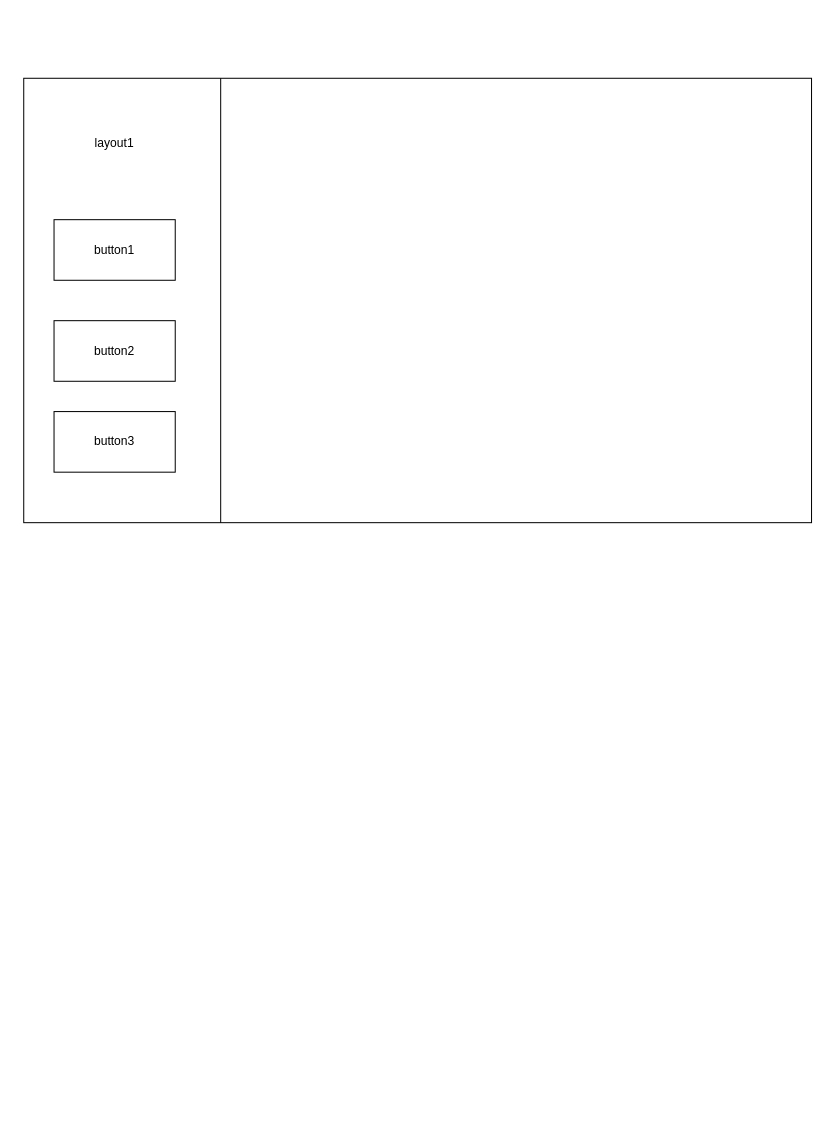
Earlier version of the draw.io diagram Untitled Diagram.drawio (hibiken/asynq). Source tidied: cells renumbered, new cells numbered last; positions are measured from the earlier drawing's top-left corner, leaving out a move shared by most shapes. Both pictures are drawn from the tidied source at 101%, with x=0, y=0 at pixel (23, 78).
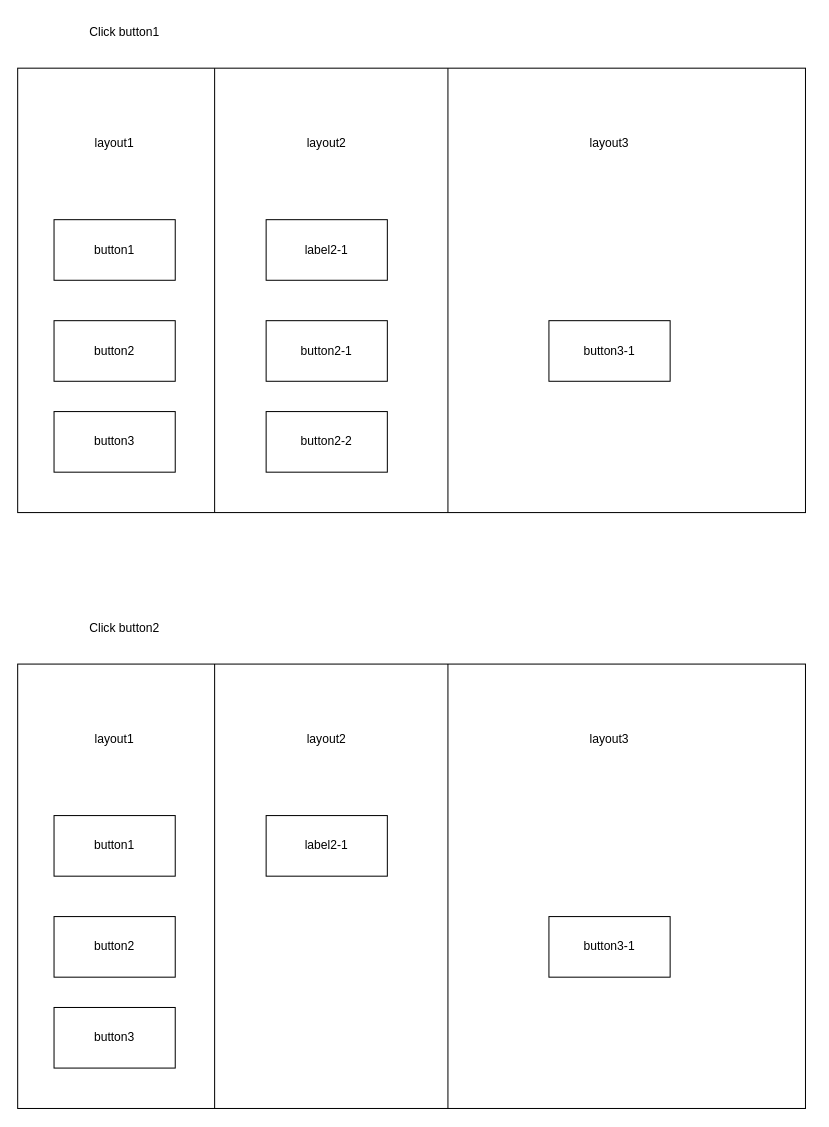
The same page after the edit.

Diff of the diagram source:
```diff
@@
     <mxCell id="2" style="rounded=0;whiteSpace=wrap;html=1;flipH=1;flipV=1;" parent="1" vertex="1">
-      <mxGeometry width="780" height="440" as="geometry" />
+      <mxGeometry x="-6" y="-10" width="780" height="440" as="geometry" />
     </mxCell>
@@
+    <mxCell id="8" style="endArrow=none;html=1;rounded=0;entryX=0.25;entryY=0;entryDx=0;entryDy=0;exitX=0.25;exitY=1;exitDx=0;exitDy=0;" parent="1" edge="1">
+      <mxGeometry relative="1" as="geometry">
+        <mxPoint x="420" y="430" as="sourcePoint" />
+        <mxPoint x="420" y="-10" as="targetPoint" />
+      </mxGeometry>
+    </mxCell>
+    <mxCell id="9" value="button2-1" style="rounded=0;whiteSpace=wrap;html=1;" parent="1" vertex="1">
+      <mxGeometry x="240" y="240" width="120" height="60" as="geometry" />
+    </mxCell>
+    <mxCell id="10" value="button2-2" style="rounded=0;whiteSpace=wrap;html=1;" parent="1" vertex="1">
+      <mxGeometry x="240" y="330" width="120" height="60" as="geometry" />
+    </mxCell>
+    <mxCell id="11" value="label2-1" style="rounded=0;whiteSpace=wrap;html=1;" parent="1" vertex="1">
+      <mxGeometry x="240" y="140" width="120" height="60" as="geometry" />
+    </mxCell>
+    <mxCell id="12" value="layout2" style="text;html=1;align=center;verticalAlign=middle;whiteSpace=wrap;rounded=0;" parent="1" vertex="1">
+      <mxGeometry x="270" y="50" width="60" height="30" as="geometry" />
+    </mxCell>
+    <mxCell id="13" value="button3-1" style="rounded=0;whiteSpace=wrap;html=1;" parent="1" vertex="1">
+      <mxGeometry x="520" y="240" width="120" height="60" as="geometry" />
+    </mxCell>
+    <mxCell id="14" value="layout3" style="text;html=1;align=center;verticalAlign=middle;whiteSpace=wrap;rounded=0;" parent="1" vertex="1">
+      <mxGeometry x="550" y="50" width="60" height="30" as="geometry" />
+    </mxCell>
+    <mxCell id="15" value="Click button1" style="text;html=1;align=center;verticalAlign=middle;whiteSpace=wrap;rounded=0;" parent="1" vertex="1">
+      <mxGeometry x="20" y="-60" width="160" height="30" as="geometry" />
+    </mxCell>
+    <mxCell id="16" style="rounded=0;whiteSpace=wrap;html=1;flipH=1;flipV=1;" parent="1" vertex="1">
+      <mxGeometry x="-6" y="580" width="780" height="440" as="geometry" />
+    </mxCell>
+    <mxCell id="17" style="endArrow=none;html=1;rounded=0;entryX=0.25;entryY=0;entryDx=0;entryDy=0;exitX=0.25;exitY=1;exitDx=0;exitDy=0;" parent="1" edge="1" source="16" target="16">
+      <mxGeometry relative="1" as="geometry" />
+    </mxCell>
+    <mxCell id="18" value="button1" style="rounded=0;whiteSpace=wrap;html=1;" parent="1" vertex="1">
+      <mxGeometry x="30" y="730" width="120" height="60" as="geometry" />
+    </mxCell>
+    <mxCell id="19" value="button2" style="rounded=0;whiteSpace=wrap;html=1;" parent="1" vertex="1">
+      <mxGeometry x="30" y="830" width="120" height="60" as="geometry" />
+    </mxCell>
+    <mxCell id="20" value="button3" style="rounded=0;whiteSpace=wrap;html=1;" parent="1" vertex="1">
+      <mxGeometry x="30" y="920" width="120" height="60" as="geometry" />
+    </mxCell>
+    <mxCell id="21" value="layout1" style="text;html=1;align=center;verticalAlign=middle;whiteSpace=wrap;rounded=0;" parent="1" vertex="1">
+      <mxGeometry x="60" y="640" width="60" height="30" as="geometry" />
+    </mxCell>
+    <mxCell id="22" style="endArrow=none;html=1;rounded=0;entryX=0.25;entryY=0;entryDx=0;entryDy=0;exitX=0.25;exitY=1;exitDx=0;exitDy=0;" parent="1" edge="1">
+      <mxGeometry relative="1" as="geometry">
+        <mxPoint x="420" y="1020" as="sourcePoint" />
+        <mxPoint x="420" y="580" as="targetPoint" />
+      </mxGeometry>
+    </mxCell>
+    <mxCell id="23" value="label2-1" style="rounded=0;whiteSpace=wrap;html=1;" parent="1" vertex="1">
+      <mxGeometry x="240" y="730" width="120" height="60" as="geometry" />
+    </mxCell>
+    <mxCell id="24" value="layout2" style="text;html=1;align=center;verticalAlign=middle;whiteSpace=wrap;rounded=0;" parent="1" vertex="1">
+      <mxGeometry x="270" y="640" width="60" height="30" as="geometry" />
+    </mxCell>
+    <mxCell id="25" value="button3-1" style="rounded=0;whiteSpace=wrap;html=1;" parent="1" vertex="1">
+      <mxGeometry x="520" y="830" width="120" height="60" as="geometry" />
+    </mxCell>
+    <mxCell id="26" value="layout3" style="text;html=1;align=center;verticalAlign=middle;whiteSpace=wrap;rounded=0;" parent="1" vertex="1">
+      <mxGeometry x="550" y="640" width="60" height="30" as="geometry" />
+    </mxCell>
+    <mxCell id="27" value="Click button2" style="text;html=1;align=center;verticalAlign=middle;whiteSpace=wrap;rounded=0;" parent="1" vertex="1">
+      <mxGeometry x="20" y="530" width="160" height="30" as="geometry" />
+    </mxCell>
```
